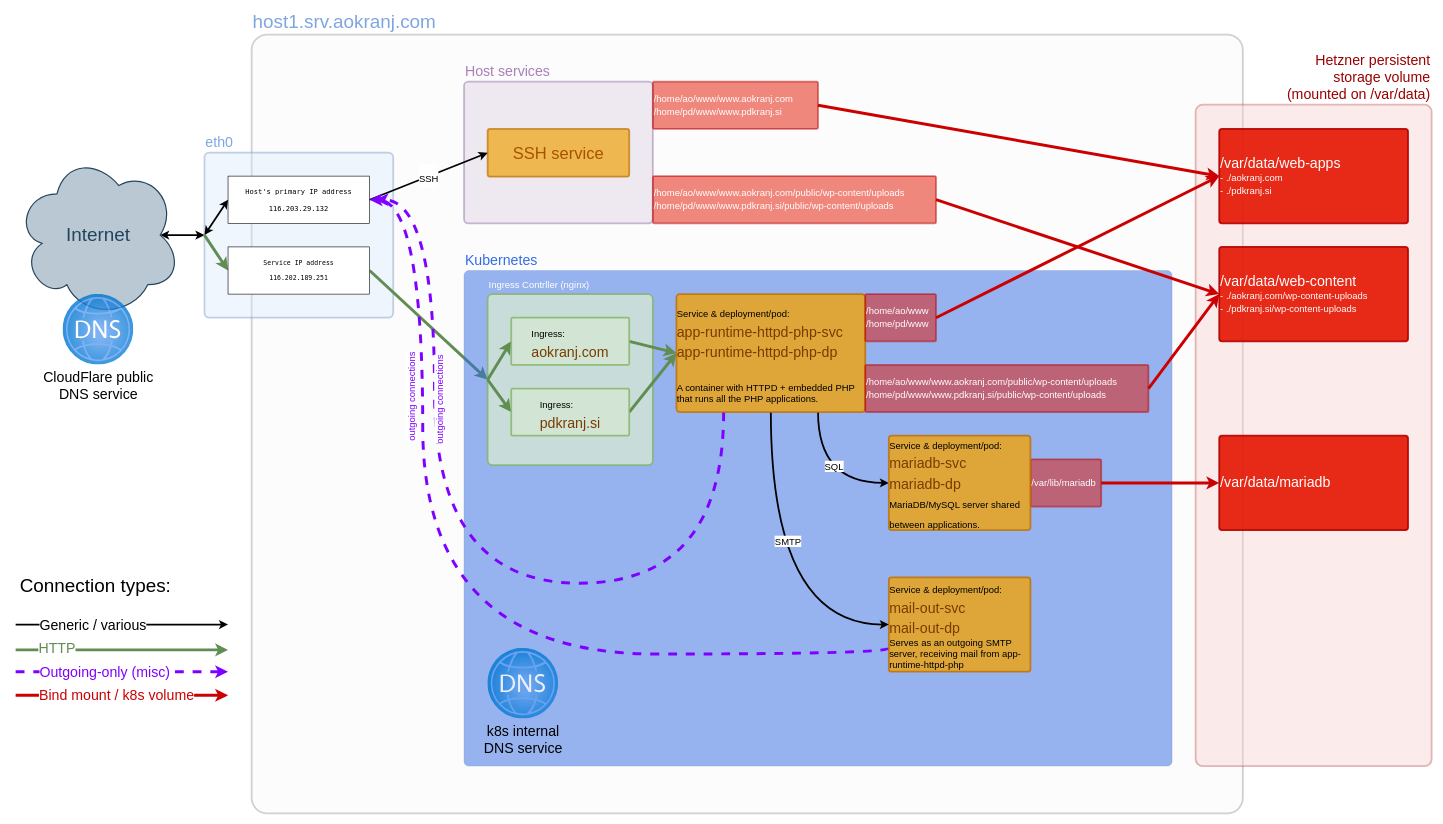
Earlier version of the draw.io diagram docs/web-server-config-diagram-desired.drawio (aokranj/infrastructure). Source tidied: cells renumbered, new cells numbered last; positions are measured from the earlier drawing's top-left corner, leaving out a move shared by most shapes. Both pictures are drawn from the tidied source at 59%, with x=0, y=0 at pixel (15, 34).
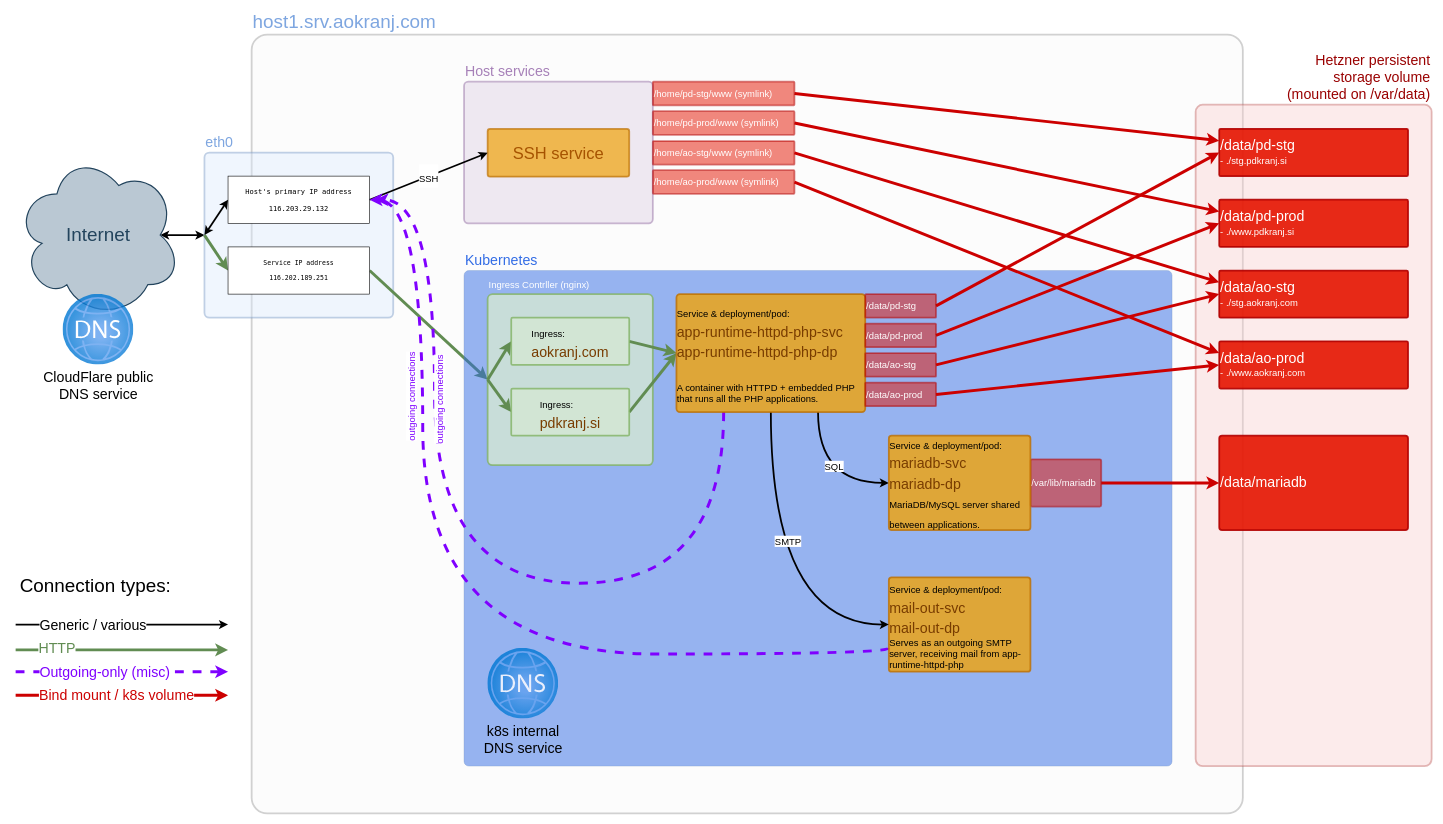
After the change.

Commit message (it also covers changes not shown here):
docs: Update target/current infrastructure diagrams + show them in the readme

What changed in the source:
```diff
@@
-    <mxCell id="36" value="&lt;span style=&quot;font-size: 24px&quot;&gt;/var/data/mariadb&lt;br&gt;&lt;/span&gt;" style="rounded=1;whiteSpace=wrap;html=1;shadow=0;strokeColor=#B20000;fillColor=#e51400;fontSize=18;opacity=90;fontStyle=0;strokeWidth=3;arcSize=3;align=left;labelPosition=center;verticalLabelPosition=middle;verticalAlign=middle;labelBackgroundColor=none;fontColor=#ffffff;" parent="1" vertex="1">
+    <mxCell id="36" value="&lt;span style=&quot;font-size: 24px&quot;&gt;/data/mariadb&lt;br&gt;&lt;/span&gt;" style="rounded=1;whiteSpace=wrap;html=1;shadow=0;strokeColor=#B20000;fillColor=#e51400;fontSize=18;opacity=90;fontStyle=0;strokeWidth=3;arcSize=3;align=left;labelPosition=center;verticalLabelPosition=middle;verticalAlign=middle;labelBackgroundColor=none;fontColor=#ffffff;" parent="1" vertex="1">
       <mxGeometry x="2040" y="680" width="320" height="160" as="geometry" />
     </mxCell>
@@
-    <mxCell id="38" value="&lt;font style=&quot;font-size: 24px&quot;&gt;/var/data/web-apps&lt;/font&gt;&lt;br&gt;&lt;span style=&quot;font-size: 16px&quot;&gt;- ./aokranj.com&lt;/span&gt;&lt;br&gt;&lt;span style=&quot;font-size: 16px&quot;&gt;- ./pdkranj.si&lt;/span&gt;" style="rounded=1;whiteSpace=wrap;html=1;shadow=0;strokeColor=#B20000;fillColor=#e51400;fontSize=18;opacity=90;fontStyle=0;strokeWidth=3;arcSize=3;align=left;labelPosition=center;verticalLabelPosition=middle;verticalAlign=middle;labelBackgroundColor=none;fontColor=#ffffff;" parent="1" vertex="1">
-      <mxGeometry x="2040" y="160" width="320" height="160" as="geometry" />
+    <mxCell id="38" value="&lt;font style=&quot;font-size: 24px&quot;&gt;/data/pd-stg&lt;/font&gt;&lt;br&gt;&lt;span style=&quot;font-size: 16px&quot;&gt;- ./stg.pdkranj.si&lt;/span&gt;" style="rounded=1;whiteSpace=wrap;html=1;shadow=0;strokeColor=#B20000;fillColor=#e51400;fontSize=18;opacity=90;fontStyle=0;strokeWidth=3;arcSize=3;align=left;labelPosition=center;verticalLabelPosition=middle;verticalAlign=middle;labelBackgroundColor=none;fontColor=#ffffff;" parent="1" vertex="1">
+      <mxGeometry x="2040" y="160" width="320" height="80" as="geometry" />
     </mxCell>
@@
-    <mxCell id="40" value="&lt;font style=&quot;font-size: 16px&quot;&gt;/home/ao/www&lt;br&gt;/home/pd/www&lt;br&gt;&lt;/font&gt;" style="rounded=1;whiteSpace=wrap;html=1;shadow=0;strokeColor=#B20000;fillColor=#e51400;fontSize=18;opacity=50;fontStyle=0;strokeWidth=3;arcSize=3;align=left;labelPosition=center;verticalLabelPosition=middle;verticalAlign=middle;labelBackgroundColor=none;fontColor=#ffffff;" parent="1" vertex="1">
-      <mxGeometry x="1440" y="440" width="120" height="80" as="geometry" />
+    <mxCell id="40" value="&lt;font style=&quot;font-size: 16px&quot;&gt;/data/pd-stg&lt;br&gt;&lt;/font&gt;" style="rounded=1;whiteSpace=wrap;html=1;shadow=0;strokeColor=#B20000;fillColor=#e51400;fontSize=18;opacity=50;fontStyle=0;strokeWidth=3;arcSize=3;align=left;labelPosition=center;verticalLabelPosition=middle;verticalAlign=middle;labelBackgroundColor=none;fontColor=#ffffff;" parent="1" vertex="1">
+      <mxGeometry x="1440" y="440" width="120" height="40" as="geometry" />
     </mxCell>
-    <mxCell id="41" style="rounded=0;jettySize=auto;html=1;exitX=1;exitY=0.5;exitDx=0;exitDy=0;entryX=0;entryY=0.5;entryDx=0;entryDy=0;fontSize=24;fontColor=#000000;startArrow=none;startFill=0;endArrow=classic;endFill=1;strokeColor=#CC0000;strokeWidth=5;" parent="1" edge="1" source="42" target="38">
+    <mxCell id="41" style="rounded=0;jettySize=auto;html=1;exitX=1;exitY=0.5;exitDx=0;exitDy=0;entryX=0;entryY=0.25;entryDx=0;entryDy=0;fontSize=24;fontColor=#000000;startArrow=none;startFill=0;endArrow=classic;endFill=1;strokeColor=#CC0000;strokeWidth=5;" parent="1" edge="1" source="42" target="38">
       <mxGeometry relative="1" as="geometry" />
     </mxCell>
-    <mxCell id="42" value="&lt;font style=&quot;font-size: 16px&quot;&gt;/home/ao/www/www.aokranj.com&lt;br&gt;/home/pd/www/www.pdkranj.si&lt;br&gt;&lt;/font&gt;" style="rounded=1;whiteSpace=wrap;html=1;shadow=0;strokeColor=#B20000;fillColor=#e51400;fontSize=18;opacity=50;fontStyle=0;strokeWidth=3;arcSize=3;align=left;labelPosition=center;verticalLabelPosition=middle;verticalAlign=middle;labelBackgroundColor=none;fontColor=#ffffff;" parent="1" vertex="1">
-      <mxGeometry x="1080" y="80" width="280" height="80" as="geometry" />
+    <mxCell id="42" value="&lt;font style=&quot;font-size: 16px&quot;&gt;/home/pd-stg/www (symlink)&lt;br&gt;&lt;/font&gt;" style="rounded=1;whiteSpace=wrap;html=1;shadow=0;strokeColor=#B20000;fillColor=#e51400;fontSize=18;opacity=50;fontStyle=0;strokeWidth=3;arcSize=3;align=left;labelPosition=center;verticalLabelPosition=middle;verticalAlign=middle;labelBackgroundColor=none;fontColor=#ffffff;" parent="1" vertex="1">
+      <mxGeometry x="1080" y="80" width="240" height="40" as="geometry" />
     </mxCell>
-    <mxCell id="43" value="&lt;span style=&quot;font-size: 24px&quot;&gt;/var/data/web-content&lt;/span&gt;&lt;br&gt;&lt;font style=&quot;font-size: 16px&quot;&gt;- ./aokranj.com/wp-content-uploads&lt;br&gt;&lt;/font&gt;&lt;span style=&quot;font-size: 16px&quot;&gt;- ./pdkranj.si/wp-content-uploads&lt;/span&gt;" style="rounded=1;whiteSpace=wrap;html=1;shadow=0;strokeColor=#B20000;fillColor=#e51400;fontSize=18;opacity=90;fontStyle=0;strokeWidth=3;arcSize=3;align=left;labelPosition=center;verticalLabelPosition=middle;verticalAlign=middle;labelBackgroundColor=none;fontColor=#ffffff;" parent="1" vertex="1">
-      <mxGeometry x="2040" y="360" width="320" height="160" as="geometry" />
+    <mxCell id="43" value="&lt;span style=&quot;font-size: 24px&quot;&gt;/data/pd-prod&lt;/span&gt;&lt;br&gt;&lt;font style=&quot;font-size: 16px&quot;&gt;- ./www.pdkranj.si&lt;/font&gt;" style="rounded=1;whiteSpace=wrap;html=1;shadow=0;strokeColor=#B20000;fillColor=#e51400;fontSize=18;opacity=90;fontStyle=0;strokeWidth=3;arcSize=3;align=left;labelPosition=center;verticalLabelPosition=middle;verticalAlign=middle;labelBackgroundColor=none;fontColor=#ffffff;" parent="1" vertex="1">
+      <mxGeometry x="2040" y="280" width="320" height="80" as="geometry" />
     </mxCell>
@@
-    <mxCell id="45" value="&lt;font style=&quot;font-size: 16px&quot;&gt;/home/ao/www/www.aokranj.com/public/wp-content/uploads&lt;br&gt;/home/pd/www/www.pdkranj.si/public/wp-content/uploads&lt;br&gt;&lt;/font&gt;" style="rounded=1;whiteSpace=wrap;html=1;shadow=0;strokeColor=#B20000;fillColor=#e51400;fontSize=18;opacity=50;fontStyle=0;strokeWidth=3;arcSize=3;align=left;labelPosition=center;verticalLabelPosition=middle;verticalAlign=middle;labelBackgroundColor=none;fontColor=#ffffff;" parent="1" vertex="1">
-      <mxGeometry x="1440" y="560" width="480" height="80" as="geometry" />
+    <mxCell id="45" value="&lt;font style=&quot;font-size: 16px&quot;&gt;/data/pd-prod&lt;br&gt;&lt;/font&gt;" style="rounded=1;whiteSpace=wrap;html=1;shadow=0;strokeColor=#B20000;fillColor=#e51400;fontSize=18;opacity=50;fontStyle=0;strokeWidth=3;arcSize=3;align=left;labelPosition=center;verticalLabelPosition=middle;verticalAlign=middle;labelBackgroundColor=none;fontColor=#ffffff;" parent="1" vertex="1">
+      <mxGeometry x="1440" y="490" width="120" height="40" as="geometry" />
     </mxCell>
-    <mxCell id="46" style="edgeStyle=none;rounded=0;jettySize=auto;html=1;exitX=1;exitY=0.5;exitDx=0;exitDy=0;entryX=0;entryY=0.5;entryDx=0;entryDy=0;fontSize=24;fontColor=#000000;startArrow=none;startFill=0;endArrow=classic;endFill=1;strokeColor=#CC0000;strokeWidth=5;" parent="1" edge="1" source="47" target="43">
+    <mxCell id="46" style="edgeStyle=none;rounded=0;jettySize=auto;html=1;exitX=1;exitY=0.5;exitDx=0;exitDy=0;entryX=0;entryY=0.25;entryDx=0;entryDy=0;fontSize=24;fontColor=#000000;startArrow=none;startFill=0;endArrow=classic;endFill=1;strokeColor=#CC0000;strokeWidth=5;" parent="1" edge="1" source="47" target="43">
       <mxGeometry relative="1" as="geometry" />
     </mxCell>
-    <mxCell id="47" value="&lt;font style=&quot;font-size: 16px&quot;&gt;/home/ao/www/www.aokranj.com/public/wp-content/uploads&lt;br&gt;/home/pd/www/www.pdkranj.si/public/wp-content/uploads&lt;br&gt;&lt;/font&gt;" style="rounded=1;whiteSpace=wrap;html=1;shadow=0;strokeColor=#B20000;fillColor=#e51400;fontSize=18;opacity=50;fontStyle=0;strokeWidth=3;arcSize=3;align=left;labelPosition=center;verticalLabelPosition=middle;verticalAlign=middle;labelBackgroundColor=none;fontColor=#ffffff;" parent="1" vertex="1">
-      <mxGeometry x="1080" y="240" width="480" height="80" as="geometry" />
+    <mxCell id="47" value="&lt;font style=&quot;font-size: 16px&quot;&gt;/home/pd-prod/www (symlink)&lt;br&gt;&lt;/font&gt;" style="rounded=1;whiteSpace=wrap;html=1;shadow=0;strokeColor=#B20000;fillColor=#e51400;fontSize=18;opacity=50;fontStyle=0;strokeWidth=3;arcSize=3;align=left;labelPosition=center;verticalLabelPosition=middle;verticalAlign=middle;labelBackgroundColor=none;fontColor=#ffffff;" parent="1" vertex="1">
+      <mxGeometry x="1080" y="130" width="240" height="40" as="geometry" />
     </mxCell>
@@
+    <mxCell id="58" value="&lt;font style=&quot;font-size: 24px&quot;&gt;/data/ao-stg&lt;/font&gt;&lt;br&gt;&lt;span style=&quot;font-size: 16px&quot;&gt;- ./stg.aokranj.com&lt;/span&gt;" style="rounded=1;whiteSpace=wrap;html=1;shadow=0;strokeColor=#B20000;fillColor=#e51400;fontSize=18;opacity=90;fontStyle=0;strokeWidth=3;arcSize=3;align=left;labelPosition=center;verticalLabelPosition=middle;verticalAlign=middle;labelBackgroundColor=none;fontColor=#ffffff;" parent="1" vertex="1">
+      <mxGeometry x="2040" y="400" width="320" height="80" as="geometry" />
+    </mxCell>
+    <mxCell id="59" value="&lt;font style=&quot;font-size: 24px&quot;&gt;/data/ao-prod&lt;/font&gt;&lt;br&gt;&lt;span style=&quot;font-size: 16px&quot;&gt;- ./www.aokranj.com&lt;/span&gt;" style="rounded=1;whiteSpace=wrap;html=1;shadow=0;strokeColor=#B20000;fillColor=#e51400;fontSize=18;opacity=90;fontStyle=0;strokeWidth=3;arcSize=3;align=left;labelPosition=center;verticalLabelPosition=middle;verticalAlign=middle;labelBackgroundColor=none;fontColor=#ffffff;" parent="1" vertex="1">
+      <mxGeometry x="2040" y="520" width="320" height="80" as="geometry" />
+    </mxCell>
+    <mxCell id="60" value="&lt;font style=&quot;font-size: 16px&quot;&gt;/data/ao-stg&lt;br&gt;&lt;/font&gt;" style="rounded=1;whiteSpace=wrap;html=1;shadow=0;strokeColor=#B20000;fillColor=#e51400;fontSize=18;opacity=50;fontStyle=0;strokeWidth=3;arcSize=3;align=left;labelPosition=center;verticalLabelPosition=middle;verticalAlign=middle;labelBackgroundColor=none;fontColor=#ffffff;" parent="1" vertex="1">
+      <mxGeometry x="1440" y="540" width="120" height="40" as="geometry" />
+    </mxCell>
+    <mxCell id="61" value="&lt;font style=&quot;font-size: 16px&quot;&gt;/data/ao-prod&lt;br&gt;&lt;/font&gt;" style="rounded=1;whiteSpace=wrap;html=1;shadow=0;strokeColor=#B20000;fillColor=#e51400;fontSize=18;opacity=50;fontStyle=0;strokeWidth=3;arcSize=3;align=left;labelPosition=center;verticalLabelPosition=middle;verticalAlign=middle;labelBackgroundColor=none;fontColor=#ffffff;" parent="1" vertex="1">
+      <mxGeometry x="1440" y="590" width="120" height="40" as="geometry" />
+    </mxCell>
+    <mxCell id="62" style="edgeStyle=none;rounded=0;jettySize=auto;html=1;exitX=1;exitY=0.5;exitDx=0;exitDy=0;entryX=0;entryY=0.5;entryDx=0;entryDy=0;fontSize=24;fontColor=#000000;startArrow=none;startFill=0;endArrow=classic;endFill=1;strokeColor=#CC0000;strokeWidth=5;" parent="1" edge="1" source="60" target="58">
+      <mxGeometry relative="1" as="geometry" />
+    </mxCell>
+    <mxCell id="63" style="edgeStyle=none;rounded=0;jettySize=auto;html=1;entryX=0;entryY=0.5;entryDx=0;entryDy=0;fontSize=24;fontColor=#000000;startArrow=none;startFill=0;endArrow=classic;endFill=1;strokeColor=#CC0000;strokeWidth=5;exitX=1;exitY=0.5;exitDx=0;exitDy=0;" parent="1" edge="1" source="61" target="59">
+      <mxGeometry relative="1" as="geometry" />
+    </mxCell>
+    <mxCell id="64" value="&lt;font style=&quot;font-size: 16px&quot;&gt;/home/ao-stg/www (symlink)&lt;br&gt;&lt;/font&gt;" style="rounded=1;whiteSpace=wrap;html=1;shadow=0;strokeColor=#B20000;fillColor=#e51400;fontSize=18;opacity=50;fontStyle=0;strokeWidth=3;arcSize=3;align=left;labelPosition=center;verticalLabelPosition=middle;verticalAlign=middle;labelBackgroundColor=none;fontColor=#ffffff;" parent="1" vertex="1">
+      <mxGeometry x="1080" y="180.5" width="240" height="40" as="geometry" />
+    </mxCell>
+    <mxCell id="65" value="&lt;font style=&quot;font-size: 16px&quot;&gt;/home/ao-prod/www (symlink)&lt;br&gt;&lt;/font&gt;" style="rounded=1;whiteSpace=wrap;html=1;shadow=0;strokeColor=#B20000;fillColor=#e51400;fontSize=18;opacity=50;fontStyle=0;strokeWidth=3;arcSize=3;align=left;labelPosition=center;verticalLabelPosition=middle;verticalAlign=middle;labelBackgroundColor=none;fontColor=#ffffff;" parent="1" vertex="1">
+      <mxGeometry x="1080" y="230" width="240" height="40" as="geometry" />
+    </mxCell>
+    <mxCell id="66" style="edgeStyle=none;rounded=0;jettySize=auto;html=1;exitX=1;exitY=0.5;exitDx=0;exitDy=0;entryX=0;entryY=0.25;entryDx=0;entryDy=0;fontSize=24;fontColor=#000000;startArrow=none;startFill=0;endArrow=classic;endFill=1;strokeColor=#CC0000;strokeWidth=5;" parent="1" edge="1" source="64" target="58">
+      <mxGeometry relative="1" as="geometry" />
+    </mxCell>
+    <mxCell id="67" style="edgeStyle=none;rounded=0;jettySize=auto;html=1;exitX=1;exitY=0.5;exitDx=0;exitDy=0;entryX=0;entryY=0.25;entryDx=0;entryDy=0;fontSize=24;fontColor=#000000;startArrow=none;startFill=0;endArrow=classic;endFill=1;strokeColor=#CC0000;strokeWidth=5;" parent="1" edge="1" source="65" target="59">
+      <mxGeometry relative="1" as="geometry" />
+    </mxCell>
```
